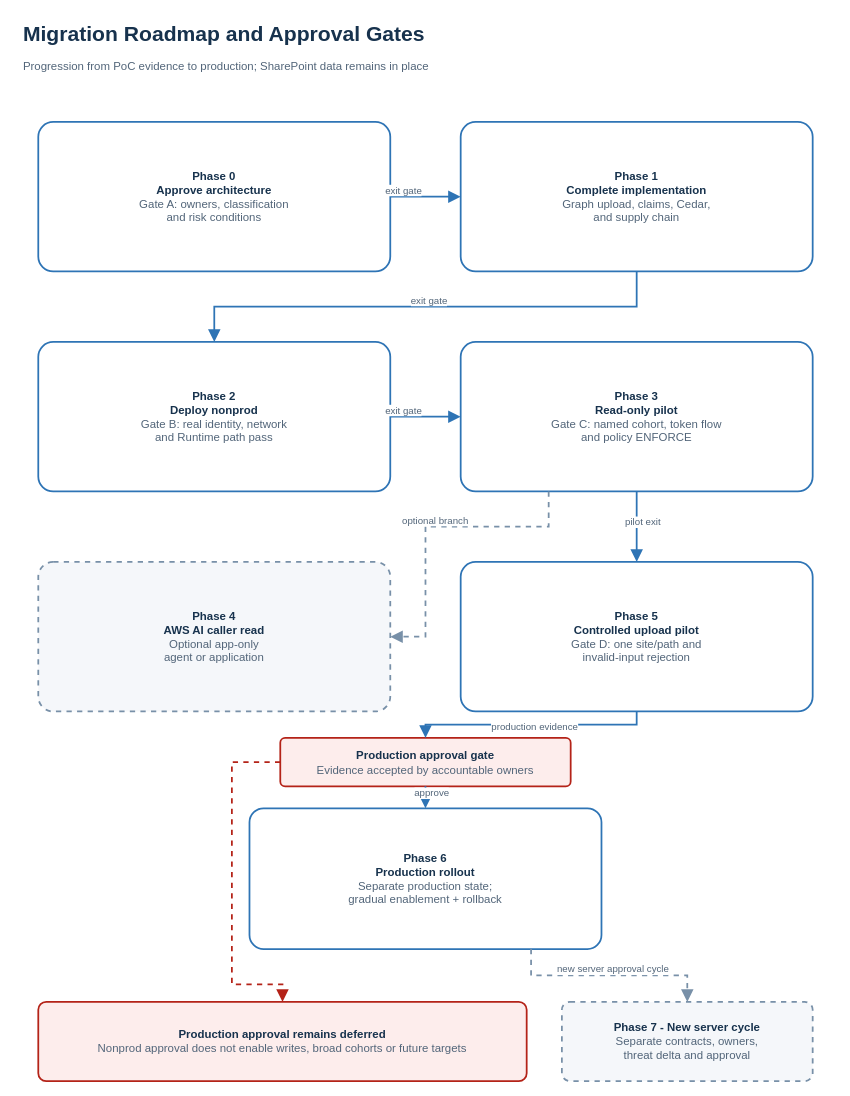
Earlier version of the draw.io diagram page "Migration Roadmap" (3 of 3) of docs/architecture/enterprise-mcp-platform-review.drawio (ron8520/mcp_poc). Source tidied: cells renumbered, new cells numbered last; positions are measured from the earlier drawing's top-left corner, leaving out a move shared by most shapes. Both pictures are drawn from the tidied source at 88%, with x=0, y=0 at pixel (16, 16).
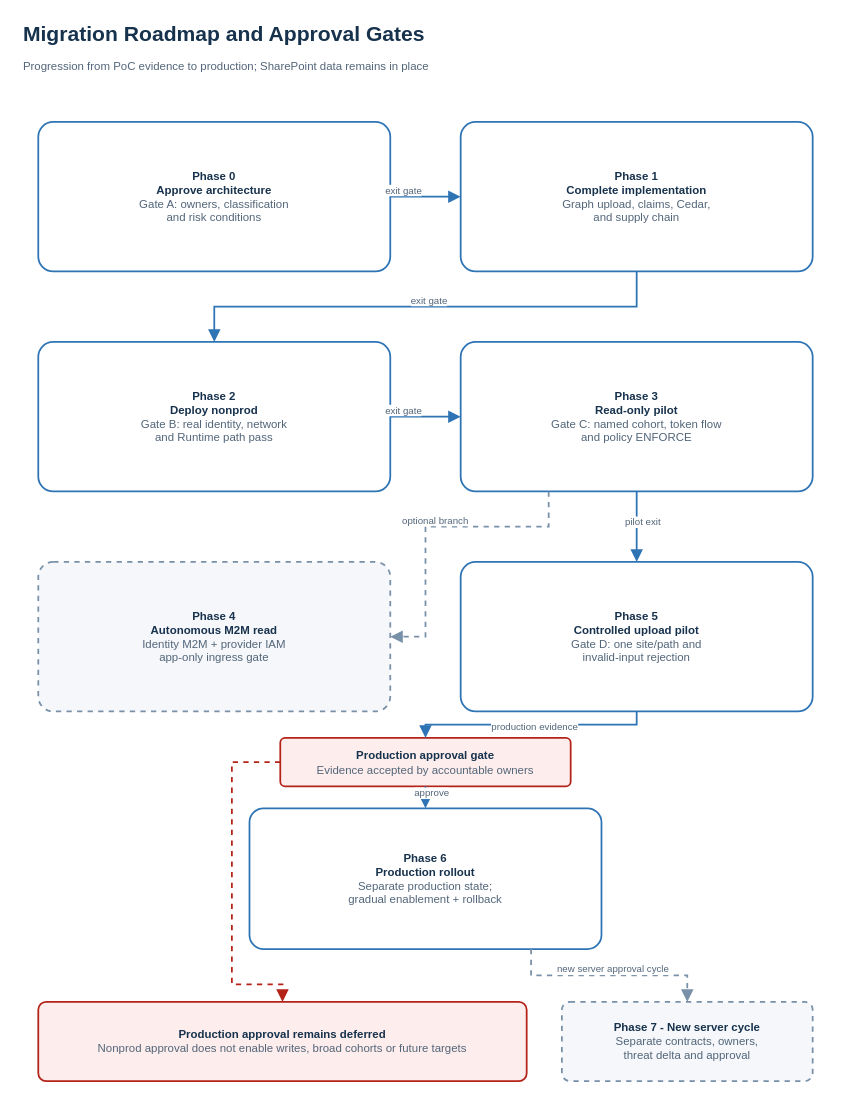
The same page after the edit.

The edit, as a diff of the source:
```diff
@@
-    <mxCell id="8" value="&lt;b&gt;Phase 4&lt;br&gt;AWS AI caller read&lt;/b&gt;&lt;br&gt;&lt;font color=&quot;#526579&quot;&gt;Optional app-only&lt;br&gt;agent or application&lt;/font&gt;" style="rounded=1;whiteSpace=wrap;html=1;arcSize=10;align=center;verticalAlign=middle;fillColor=#F5F7FA;strokeColor=#7890A8;fontColor=#17324D;strokeWidth=2;dashed=1;fontSize=13;spacing=8;" parent="1" vertex="1">
+    <mxCell id="8" value="&lt;b&gt;Phase 4&lt;br&gt;Autonomous M2M read&lt;/b&gt;&lt;br&gt;&lt;font color=&quot;#526579&quot;&gt;Identity M2M + provider IAM&lt;br&gt;app-only ingress gate&lt;/font&gt;" style="rounded=1;whiteSpace=wrap;html=1;arcSize=10;align=center;verticalAlign=middle;fillColor=#F5F7FA;strokeColor=#7890A8;fontColor=#17324D;strokeWidth=2;dashed=1;fontSize=13;spacing=8;" parent="1" vertex="1">
       <mxGeometry x="25" y="620" width="400" height="170" as="geometry" />
     </mxCell>
```
